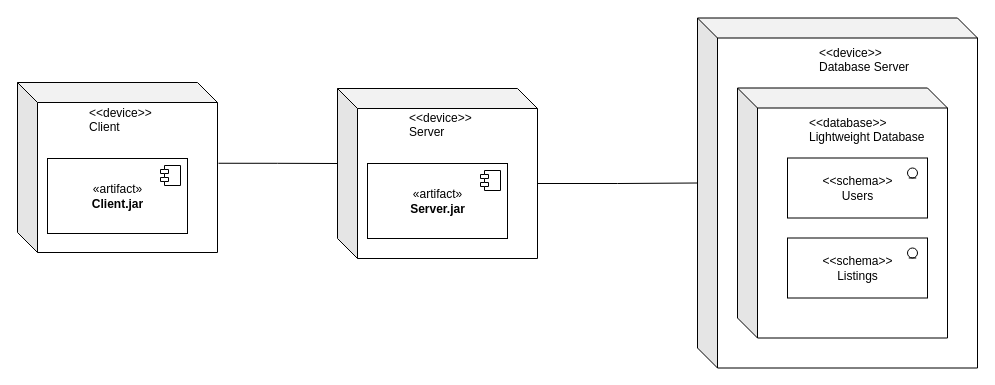
Before: DeploymentDiagram.drawio in ryan-holt/ENSF480FinalProject, a draw.io diagram. Source tidied: cells renumbered, new cells numbered last; positions are measured from the earlier drawing's top-left corner, leaving out a move shared by most shapes. Both pictures are drawn from the tidied source at 100%, with x=0, y=0 at pixel (17, 18).
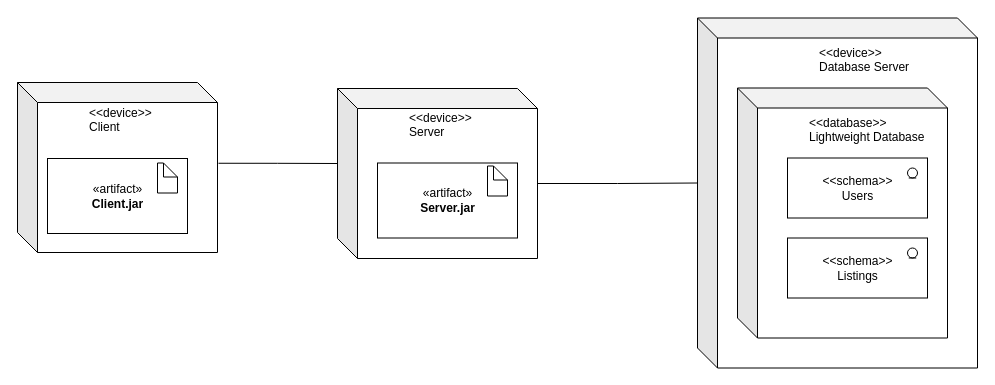
Above is the later version.

The change refers to these unchanged cells:
```xml
<mxCell id="17" value="«artifact»&lt;br&gt;&lt;b&gt;Client.jar&lt;/b&gt;" style="html=1;" parent="1" vertex="1">
  <mxGeometry x="30" y="140" width="140" height="75" as="geometry" />
</mxCell>
```

Change to the diagram source:
```diff
@@
     <mxCell id="13" value="«artifact»&lt;br&gt;&lt;b&gt;Server.jar&lt;/b&gt;" style="html=1;" parent="1" vertex="1">
-      <mxGeometry x="350" y="145" width="140" height="75" as="geometry" />
+      <mxGeometry x="360" y="144.5" width="140" height="75" as="geometry" />
     </mxCell>
-    <mxCell id="14" style="shape=component;jettyWidth=8;jettyHeight=4;" parent="13" vertex="1">
-      <mxGeometry x="1" width="20" height="20" relative="1" as="geometry">
-        <mxPoint x="-27" y="7" as="offset" />
-      </mxGeometry>
-    </mxCell>
@@
-    <mxCell id="18" style="shape=component;jettyWidth=8;jettyHeight=4;" parent="17" vertex="1">
-      <mxGeometry x="1" width="20" height="20" relative="1" as="geometry">
-        <mxPoint x="-27" y="7" as="offset" />
-      </mxGeometry>
-    </mxCell>
@@
+    <mxCell id="20" style="shape=note;whiteSpace=wrap;html=1;size=14;verticalAlign=top;align=left;spacingTop=-6;" parent="1" vertex="1">
+      <mxGeometry x="140" y="144.5" width="20" height="30" as="geometry" />
+    </mxCell>
+    <mxCell id="21" style="shape=note;whiteSpace=wrap;html=1;size=14;verticalAlign=top;align=left;spacingTop=-6;" parent="1" vertex="1">
+      <mxGeometry x="470" y="147.5" width="20" height="30" as="geometry" />
+    </mxCell>
```
